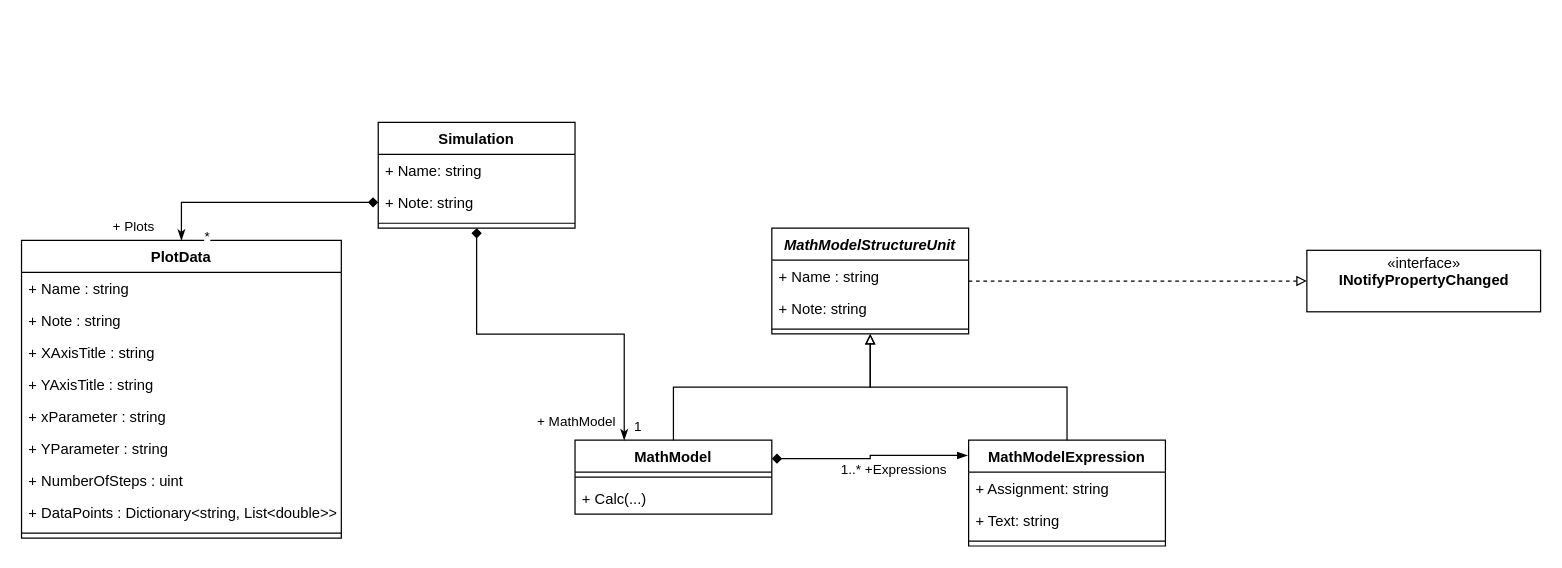
Earlier version of the draw.io diagram page "Class Diagram MathModel" (1 of 2) of Architektur/MathModels.drawio (tocto/Schrittmacher). Source tidied: cells renumbered, new cells numbered last; positions are measured from the earlier drawing's top-left corner, leaving out a move shared by most shapes. Both pictures are drawn from the tidied source at 123%, with x=0, y=0 at pixel (21, 122).
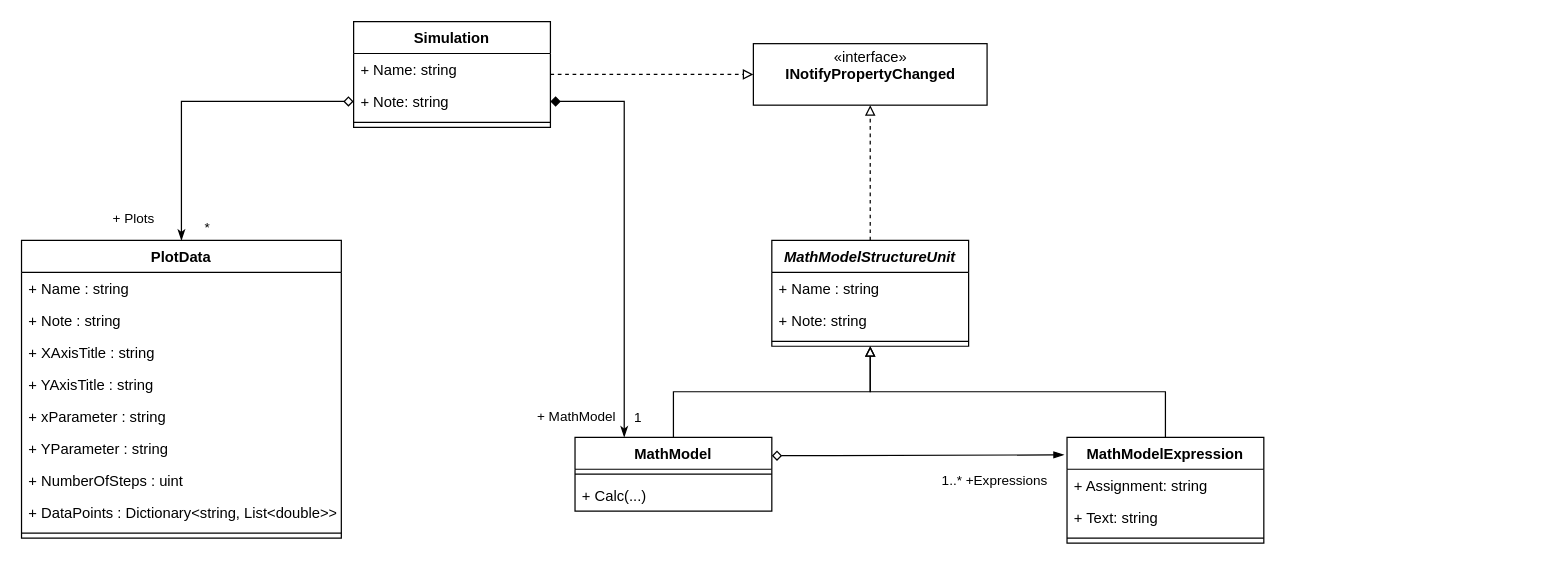
Above is the later version.

Unchanged cells that the change refers to:
```xml
<mxCell id="24" value="+ Note: string" style="text;strokeColor=none;fillColor=none;align=left;verticalAlign=top;spacingLeft=4;spacingRight=4;overflow=hidden;points=[[0,0.5],[1,0.5]];portConstraint=eastwest;" parent="22" vertex="1">
  <mxGeometry y="52" width="160" height="26" as="geometry" />
</mxCell>
<mxCell id="26" value="PlotData" style="swimlane;fontStyle=1;align=center;verticalAlign=top;horizontal=1;startSize=26;" parent="1" vertex="1">
  <mxGeometry y="96" width="260" height="242" as="geometry" />
</mxCell>
```

Diff of the diagram source:
```diff
@@
     <mxCell id="3" value="MathModelStructureUnit" style="swimlane;fontStyle=3;align=center;verticalAlign=top;horizontal=1;startSize=26;" parent="1" vertex="1">
-      <mxGeometry x="610" y="86" width="160" height="86" as="geometry" />
+      <mxGeometry x="610" y="96" width="160" height="86" as="geometry" />
     </mxCell>
@@
-    <mxCell id="7" style="edgeStyle=orthogonalEdgeStyle;rounded=0;sketch=0;jettySize=auto;html=1;entryX=-0.005;entryY=0.144;entryDx=0;entryDy=0;shadow=0;startArrow=diamond;startFill=1;endArrow=blockThin;endFill=1;exitX=1;exitY=0.25;exitDx=0;exitDy=0;entryPerimeter=0;" parent="1" edge="1" source="9" target="12">
-      <mxGeometry relative="1" as="geometry" />
+    <mxCell id="7" style="edgeStyle=orthogonalEdgeStyle;rounded=0;sketch=0;jettySize=auto;html=1;shadow=0;startArrow=diamond;startFill=0;endArrow=blockThin;endFill=1;exitX=1;exitY=0.25;exitDx=0;exitDy=0;entryX=-0.016;entryY=0.166;entryDx=0;entryDy=0;entryPerimeter=0;" parent="1" edge="1" source="9" target="12">
+      <mxGeometry relative="1" as="geometry">
+        <Array as="points">
+          <mxPoint x="660" y="271" />
+          <mxPoint x="670" y="270" />
+        </Array>
+      </mxGeometry>
     </mxCell>
     <mxCell id="8" value="1..* +Expressions" style="edgeLabel;html=1;align=center;verticalAlign=middle;" parent="7" vertex="1">
       <mxGeometry x="0.68" y="-2" relative="1" as="geometry">
-        <mxPoint x="-35" y="9" as="offset" />
+        <mxPoint x="-18.6" y="17.6" as="offset" />
       </mxGeometry>
     </mxCell>
     <mxCell id="9" value="MathModel" style="swimlane;fontStyle=1;align=center;verticalAlign=top;horizontal=1;startSize=26;" parent="1" vertex="1">
-      <mxGeometry x="450" y="258.4" width="160" height="60" as="geometry" />
+      <mxGeometry x="450" y="256" width="160" height="60" as="geometry" />
     </mxCell>
@@
     <mxCell id="12" value="MathModelExpression" style="swimlane;fontStyle=1;align=center;verticalAlign=top;horizontal=1;startSize=26;" parent="1" vertex="1">
-      <mxGeometry x="770" y="258.4" width="160" height="86" as="geometry" />
+      <mxGeometry x="850" y="256" width="160" height="86" as="geometry" />
     </mxCell>
@@
     <mxCell id="18" value="«interface»&lt;br&gt;&lt;b&gt;INotifyPropertyChanged&lt;br&gt;&lt;br&gt;&lt;/b&gt;" style="html=1;" parent="1" vertex="1">
-      <mxGeometry x="1045" y="104" width="190" height="50" as="geometry" />
+      <mxGeometry x="595" y="-64" width="190" height="50" as="geometry" />
     </mxCell>
-    <mxCell id="19" style="edgeStyle=orthogonalEdgeStyle;rounded=0;jettySize=auto;html=1;entryX=0.25;entryY=0;entryDx=0;entryDy=0;startArrow=diamond;startFill=1;endArrow=classicThin;endFill=1;" parent="1" edge="1" source="22" target="9">
+    <mxCell id="19" style="edgeStyle=orthogonalEdgeStyle;rounded=0;jettySize=auto;html=1;entryX=0.25;entryY=0;entryDx=0;entryDy=0;startArrow=diamond;startFill=1;endArrow=classicThin;endFill=1;exitX=1;exitY=0.5;exitDx=0;exitDy=0;" parent="1" edge="1" source="24" target="9">
       <mxGeometry relative="1" as="geometry" />
     </mxCell>
@@
+    <mxCell id="39" style="edgeStyle=orthogonalEdgeStyle;rounded=0;jettySize=auto;html=1;entryX=0;entryY=0.5;entryDx=0;entryDy=0;dashed=1;endArrow=block;endFill=0;" parent="1" edge="1" source="22" target="18">
+      <mxGeometry relative="1" as="geometry" />
+    </mxCell>
     <mxCell id="22" value="Simulation" style="swimlane;fontStyle=1;align=center;verticalAlign=top;horizontal=1;startSize=26;" parent="1" vertex="1">
-      <mxGeometry x="290" width="160" height="86" as="geometry" />
+      <mxGeometry x="270" y="-82" width="160" height="86" as="geometry" />
     </mxCell>
@@
-    <mxCell id="36" style="edgeStyle=orthogonalEdgeStyle;rounded=0;jettySize=auto;html=1;entryX=0.5;entryY=0;entryDx=0;entryDy=0;startArrow=diamond;startFill=1;endArrow=classicThin;endFill=1;" parent="1" edge="1" source="24" target="26">
+    <mxCell id="36" style="edgeStyle=orthogonalEdgeStyle;rounded=0;jettySize=auto;html=1;entryX=0.5;entryY=0;entryDx=0;entryDy=0;startArrow=diamond;startFill=0;endArrow=classicThin;endFill=1;" parent="1" edge="1" source="24" target="26">
       <mxGeometry relative="1" as="geometry" />
     </mxCell>
```
